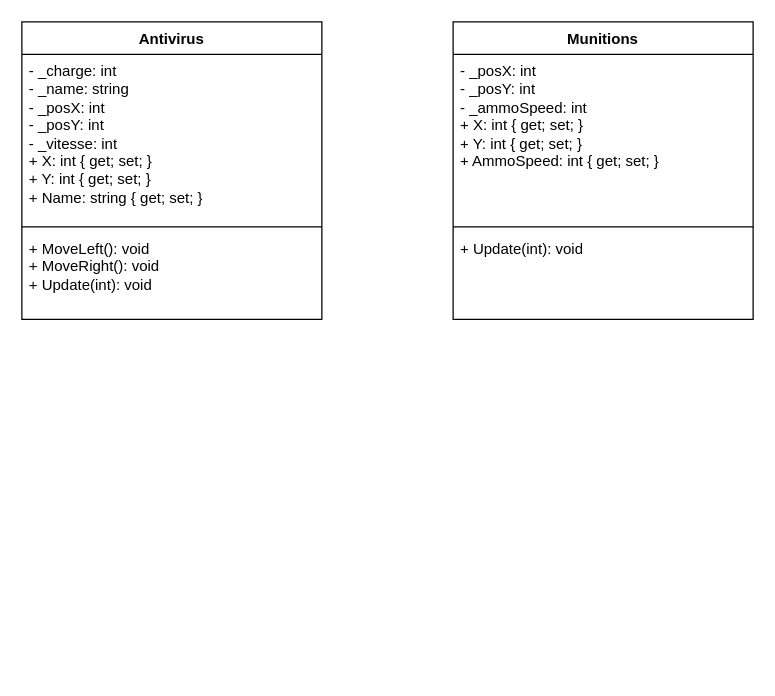
OkkesErdemKose/Shoot-em-UP keeps this draw.io diagram as doc/DiagammeClasses.drawio. Above is the earlier version. Source tidied: cells renumbered, new cells numbered last; positions are measured from the earlier drawing's top-left corner, leaving out a move shared by most shapes. Both pictures are drawn from the tidied source at 125%, with x=0, y=0 at pixel (21, 21).
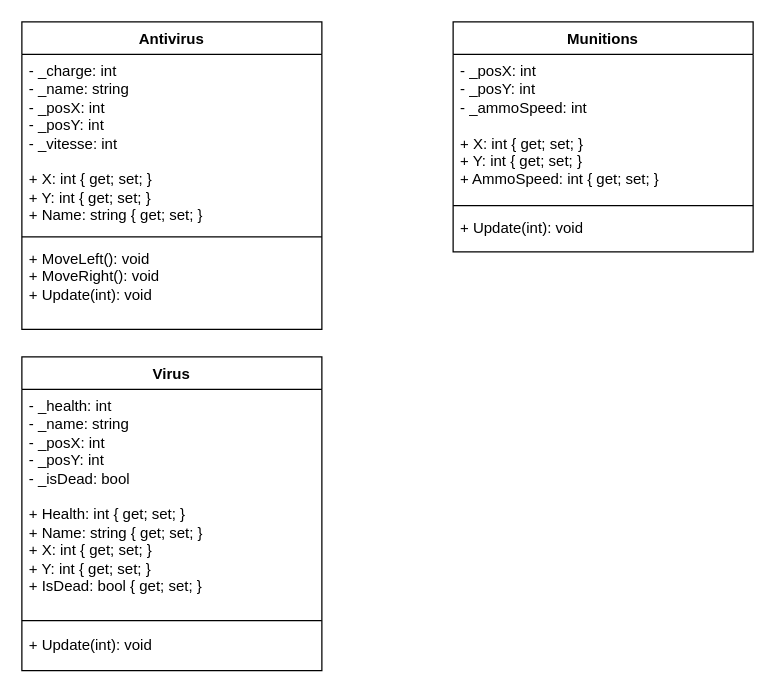
The same page after the edit.

Commit message:
doc(UML) Ajout de la classe Virus

Change to the diagram source:
```diff
@@
 <mxGraphModel background="light-dark(#FFFFFF,#4D4D4D)">
   <root>
     <mxCell id="0" />
     <mxCell id="1" parent="0" />
     <mxCell id="2" value="Antivirus" style="swimlane;fontStyle=1;align=center;verticalAlign=top;horizontal=1;startSize=26;whiteSpace=wrap;html=1;" parent="1" vertex="1">
-      <mxGeometry width="240" height="238" as="geometry" />
+      <mxGeometry width="240" height="246" as="geometry" />
     </mxCell>
-    <mxCell id="3" value="&lt;div&gt;- _charge: int&lt;/div&gt;&lt;div&gt;- _name: string&lt;/div&gt;&lt;div&gt;- _posX: int&lt;/div&gt;&lt;div&gt;- _posY: int&lt;/div&gt;&lt;div&gt;- _vitesse: int&lt;/div&gt;&lt;div&gt;+ X: int { get; set; }&lt;/div&gt;&lt;div&gt;+ Y: int { get; set; }&lt;/div&gt;&lt;div&gt;+ Name: string { get; set; }&lt;/div&gt;" style="text;strokeColor=none;fillColor=none;align=left;verticalAlign=top;spacingLeft=4;spacingRight=4;overflow=hidden;whiteSpace=wrap;html=1;" parent="2" vertex="1">
-      <mxGeometry y="26" width="240" height="134" as="geometry" />
+    <mxCell id="3" value="&lt;div&gt;- _charge: int&lt;/div&gt;&lt;div&gt;- _name: string&lt;/div&gt;&lt;div&gt;- _posX: int&lt;/div&gt;&lt;div&gt;- _posY: int&lt;/div&gt;&lt;div&gt;- _vitesse: int&lt;/div&gt;&lt;div&gt;&lt;br&gt;&lt;/div&gt;&lt;div&gt;+ X: int { get; set; }&lt;/div&gt;&lt;div&gt;+ Y: int { get; set; }&lt;/div&gt;&lt;div&gt;+ Name: string { get; set; }&lt;/div&gt;" style="text;strokeColor=none;fillColor=none;align=left;verticalAlign=top;spacingLeft=4;spacingRight=4;overflow=hidden;whiteSpace=wrap;html=1;" parent="2" vertex="1">
+      <mxGeometry y="26" width="240" height="142" as="geometry" />
     </mxCell>
     <mxCell id="4" style="line;strokeWidth=1;fillColor=none;align=left;verticalAlign=middle;spacingTop=-1;spacingLeft=3;spacingRight=3;labelPosition=right;strokeColor=inherit;" parent="2" vertex="1">
-      <mxGeometry y="160" width="240" height="8" as="geometry" />
+      <mxGeometry y="168" width="240" height="8" as="geometry" />
     </mxCell>
     <mxCell id="5" value="&lt;div&gt;+ MoveLeft(): void&lt;/div&gt;&lt;div&gt;+ MoveRight(): void&lt;/div&gt;+ Update(int): void" style="text;strokeColor=none;fillColor=none;align=left;verticalAlign=top;spacingLeft=4;spacingRight=4;overflow=hidden;whiteSpace=wrap;html=1;" parent="2" vertex="1">
-      <mxGeometry y="168" width="240" height="70" as="geometry" />
+      <mxGeometry y="176" width="240" height="70" as="geometry" />
     </mxCell>
     <mxCell id="6" value="&lt;div&gt;Munitions&lt;/div&gt;&lt;div&gt;&lt;br&gt;&lt;/div&gt;" style="swimlane;fontStyle=1;align=center;verticalAlign=top;horizontal=1;startSize=26;whiteSpace=wrap;html=1;" parent="1" vertex="1">
-      <mxGeometry x="345" width="240" height="238" as="geometry" />
+      <mxGeometry x="345" width="240" height="184" as="geometry" />
     </mxCell>
-    <mxCell id="7" value="&lt;div&gt;- _posX: int&lt;/div&gt;&lt;div&gt;- _posY: int&lt;/div&gt;&lt;div&gt;- _ammoSpeed: int&lt;/div&gt;&lt;div&gt;+ X: int { get; set; }&lt;/div&gt;&lt;div&gt;+ Y: int { get; set; }&lt;/div&gt;&lt;div&gt;+ AmmoSpeed: int { get; set; }&lt;/div&gt;" style="text;strokeColor=none;fillColor=none;align=left;verticalAlign=top;spacingLeft=4;spacingRight=4;overflow=hidden;whiteSpace=wrap;html=1;" parent="6" vertex="1">
-      <mxGeometry y="26" width="240" height="134" as="geometry" />
+    <mxCell id="7" value="&lt;div&gt;- _posX: int&lt;/div&gt;&lt;div&gt;- _posY: int&lt;/div&gt;&lt;div&gt;- _ammoSpeed: int&lt;/div&gt;&lt;div&gt;&lt;br&gt;&lt;/div&gt;&lt;div&gt;+ X: int { get; set; }&lt;/div&gt;&lt;div&gt;+ Y: int { get; set; }&lt;/div&gt;&lt;div&gt;+ AmmoSpeed: int { get; set; }&lt;/div&gt;" style="text;strokeColor=none;fillColor=none;align=left;verticalAlign=top;spacingLeft=4;spacingRight=4;overflow=hidden;whiteSpace=wrap;html=1;" parent="6" vertex="1">
+      <mxGeometry y="26" width="240" height="117" as="geometry" />
     </mxCell>
     <mxCell id="8" style="line;strokeWidth=1;fillColor=none;align=left;verticalAlign=middle;spacingTop=-1;spacingLeft=3;spacingRight=3;labelPosition=right;strokeColor=inherit;" parent="6" vertex="1">
-      <mxGeometry y="160" width="240" height="8" as="geometry" />
+      <mxGeometry y="143" width="240" height="8" as="geometry" />
     </mxCell>
     <mxCell id="9" value="+ Update(int): void" style="text;strokeColor=none;fillColor=none;align=left;verticalAlign=top;spacingLeft=4;spacingRight=4;overflow=hidden;whiteSpace=wrap;html=1;" parent="6" vertex="1">
-      <mxGeometry y="168" width="240" height="70" as="geometry" />
+      <mxGeometry y="151" width="240" height="33" as="geometry" />
     </mxCell>
+    <mxCell id="10" value="Virus" style="swimlane;fontStyle=1;align=center;verticalAlign=top;horizontal=1;startSize=26;whiteSpace=wrap;html=1;" parent="1" vertex="1">
+      <mxGeometry y="268" width="240" height="251" as="geometry" />
+    </mxCell>
+    <mxCell id="11" value="&lt;div&gt;- _health: int&lt;/div&gt;&lt;div&gt;- _name: string&lt;/div&gt;&lt;div&gt;- _posX: int&lt;/div&gt;&lt;div&gt;- _posY: int&lt;/div&gt;&lt;div&gt;- _isDead: bool&lt;/div&gt;&lt;div&gt;&lt;br&gt;&lt;/div&gt;&lt;div&gt;+ Health: int { get; set; }&lt;/div&gt;&lt;div&gt;+ Name: string { get; set; }&lt;/div&gt;&lt;div&gt;+ X: int { get; set; }&lt;/div&gt;&lt;div&gt;+ Y: int { get; set; }&lt;/div&gt;&lt;div&gt;+ IsDead: bool { get; set; }&lt;/div&gt;" style="text;strokeColor=none;fillColor=none;align=left;verticalAlign=top;spacingLeft=4;spacingRight=4;overflow=hidden;whiteSpace=wrap;html=1;" parent="10" vertex="1">
+      <mxGeometry y="26" width="240" height="179" as="geometry" />
+    </mxCell>
+    <mxCell id="12" style="line;strokeWidth=1;fillColor=none;align=left;verticalAlign=middle;spacingTop=-1;spacingLeft=3;spacingRight=3;labelPosition=right;strokeColor=inherit;" parent="10" vertex="1">
+      <mxGeometry y="205" width="240" height="12" as="geometry" />
+    </mxCell>
+    <mxCell id="13" value="+ Update(int): void" style="text;strokeColor=none;fillColor=none;align=left;verticalAlign=top;spacingLeft=4;spacingRight=4;overflow=hidden;whiteSpace=wrap;html=1;" parent="10" vertex="1">
+      <mxGeometry y="217" width="240" height="34" as="geometry" />
+    </mxCell>
   </root>
 </mxGraphModel>
```
